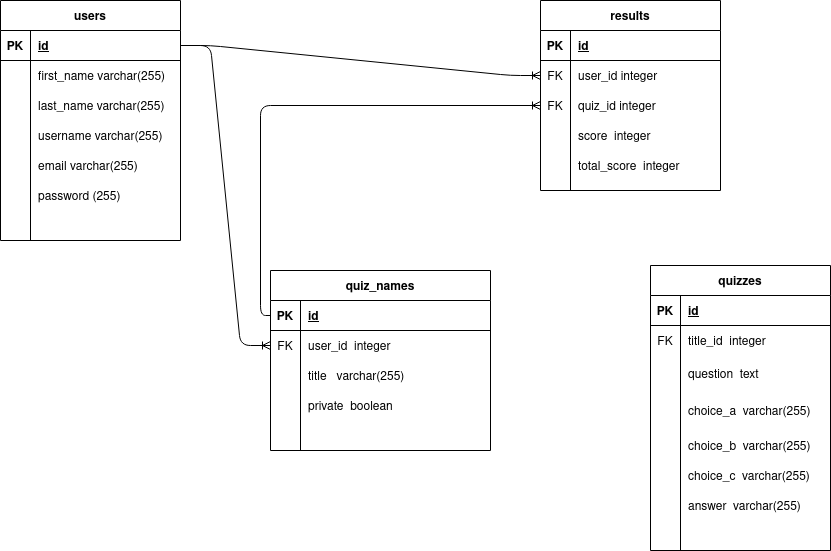
Before: erd/quizzes_erd.png, a diagram exported from draw.io (DSykes28/quizapp). Source tidied: cells renumbered, new cells last; positions are measured from the earlier drawing's top-left corner, leaving out a move shared by most shapes.
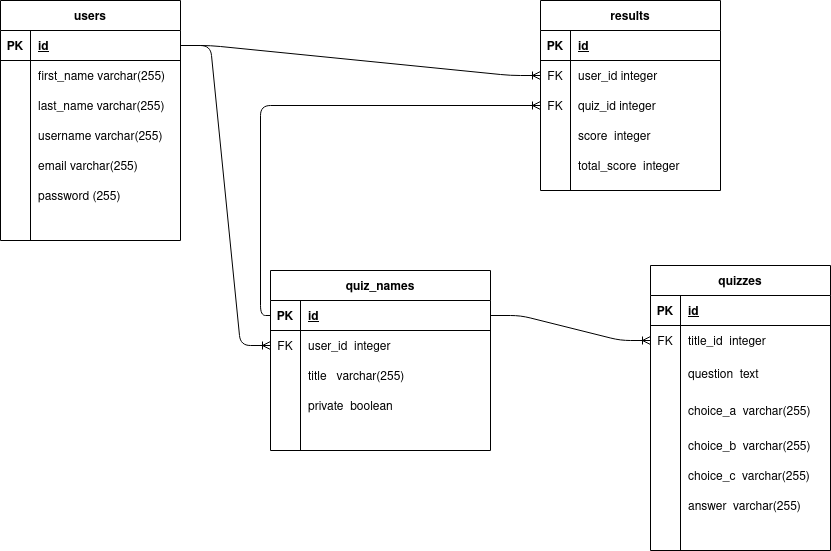
The same diagram one commit later.

Change to the diagram source:
```diff
@@ -239,5 +239,8 @@
     <mxCell id="80" value="answer  varchar(255)" style="shape=partialRectangle;fillColor=none;top=0;left=0;bottom=0;right=0;align=left;spacingLeft=6;overflow=hidden;" parent="78" vertex="1">
       <mxGeometry x="30" width="150" height="30" as="geometry" />
     </mxCell>
+    <mxCell id="81" style="edgeStyle=entityRelationEdgeStyle;fontSize=12;html=1;endArrow=ERoneToMany;exitX=1;exitY=0.5;exitDx=0;exitDy=0;entryX=0;entryY=0.5;entryDx=0;entryDy=0;" parent="1" edge="1" source="25" target="63">
+      <mxGeometry relative="1" as="geometry" />
+    </mxCell>
   </root>
 </mxGraphModel>
```
